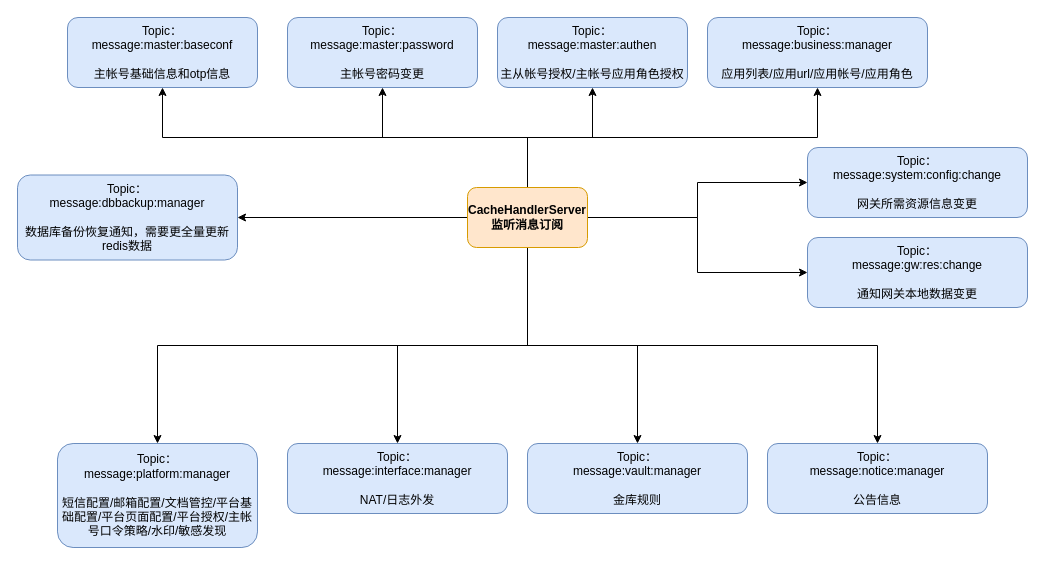
Before: page "消息订阅列表" (4 of 18) of cachehandlersystem_消息订阅.drawio in DeanYang121/typora_images, a draw.io diagram. Source tidied: cells renumbered, new cells numbered last; positions are measured from the earlier drawing's top-left corner, leaving out a move shared by most shapes. Both pictures are drawn from the tidied source at 100%, with x=0, y=0 at pixel (17, 17).
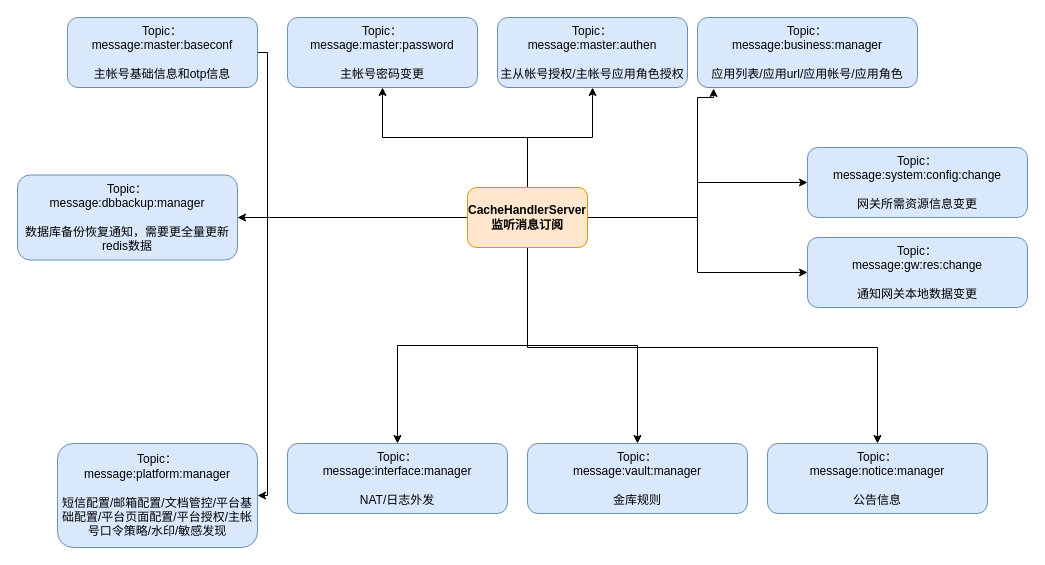
The same page after the edit.

The change refers to these unchanged cells:
```xml
<mxCell id="13" value="&lt;span&gt;CacheHandlerServer&lt;br&gt;监听消息订阅&lt;/span&gt;" style="rounded=1;whiteSpace=wrap;html=1;fillColor=#ffe6cc;strokeColor=#d79b00;fontStyle=1;" parent="1" vertex="1">
  <mxGeometry x="450" y="170" width="120" height="60" as="geometry" />
</mxCell>
<mxCell id="14" value="&lt;span&gt;Topic：&lt;/span&gt;&lt;br&gt;&lt;span&gt;message:platform:manager&lt;/span&gt;&lt;br&gt;&lt;br&gt;&lt;span&gt;短信配置/邮箱配置/文档管控/平台基础配置/平台页面配置/平台授权/主帐号口令策略/水印/敏感发现&lt;/span&gt;" style="rounded=1;whiteSpace=wrap;html=1;fillColor=#dae8fc;strokeColor=#6c8ebf;fontStyle=0;" parent="1" vertex="1">
  <mxGeometry x="40" y="426" width="200" height="104" as="geometry" />
</mxCell>
<mxCell id="15" value="&lt;span&gt;Topic：&lt;br&gt;message:master:baseconf&lt;/span&gt;&lt;br&gt;&lt;br&gt;&lt;span&gt;主帐号基础信息和otp信息&lt;/span&gt;" style="rounded=1;whiteSpace=wrap;html=1;fillColor=#dae8fc;strokeColor=#6c8ebf;fontStyle=0;" parent="1" vertex="1">
  <mxGeometry x="50" width="190" height="70" as="geometry" />
</mxCell>
<mxCell id="21" value="&lt;span&gt;Topic：&lt;/span&gt;&lt;br&gt;&lt;span&gt;message:notice:manager&lt;/span&gt;&lt;br&gt;&lt;br&gt;&lt;span&gt;公告信息&lt;/span&gt;" style="rounded=1;whiteSpace=wrap;html=1;fillColor=#dae8fc;strokeColor=#6c8ebf;fontStyle=0;" parent="1" vertex="1">
  <mxGeometry x="750" y="426" width="220" height="70" as="geometry" />
</mxCell>
```

What changed in the source:
```diff
@@
-    <mxCell id="4" style="edgeStyle=orthogonalEdgeStyle;rounded=0;jettySize=auto;html=1;exitX=0.5;exitY=0;exitDx=0;exitDy=0;fontStyle=0;" parent="1" edge="1" source="13" target="17">
-      <mxGeometry relative="1" as="geometry" />
+    <mxCell id="4" style="edgeStyle=orthogonalEdgeStyle;rounded=0;jettySize=auto;html=1;exitX=0.5;exitY=0;exitDx=0;exitDy=0;fontStyle=0;entryX=0.073;entryY=1.014;entryDx=0;entryDy=0;entryPerimeter=0;" parent="1" edge="1" source="13" target="17">
+      <mxGeometry relative="1" as="geometry">
+        <Array as="points">
+          <mxPoint x="680" y="200" />
+          <mxPoint x="680" y="80" />
+          <mxPoint x="696" y="80" />
+        </Array>
+      </mxGeometry>
     </mxCell>
     <mxCell id="5" style="edgeStyle=orthogonalEdgeStyle;rounded=0;jettySize=auto;html=1;exitX=0.5;exitY=0;exitDx=0;exitDy=0;entryX=0.5;entryY=1;entryDx=0;entryDy=0;fontStyle=0;" parent="1" edge="1" source="13" target="15">
-      <mxGeometry relative="1" as="geometry" />
+      <mxGeometry relative="1" as="geometry">
+        <Array as="points">
+          <mxPoint x="250" y="200" />
+          <mxPoint x="250" y="35" />
+        </Array>
+      </mxGeometry>
     </mxCell>
@@
     <mxCell id="9" style="edgeStyle=orthogonalEdgeStyle;rounded=0;jettySize=auto;html=1;exitX=0.5;exitY=1;exitDx=0;exitDy=0;fontStyle=0;" parent="1" edge="1" source="13" target="14">
-      <mxGeometry relative="1" as="geometry" />
+      <mxGeometry relative="1" as="geometry">
+        <Array as="points">
+          <mxPoint x="250" y="200" />
+          <mxPoint x="250" y="478" />
+        </Array>
+      </mxGeometry>
     </mxCell>
@@
     <mxCell id="12" style="edgeStyle=orthogonalEdgeStyle;rounded=0;jettySize=auto;html=1;exitX=0.5;exitY=1;exitDx=0;exitDy=0;fontStyle=0;" parent="1" edge="1" source="13" target="21">
-      <mxGeometry relative="1" as="geometry" />
+      <mxGeometry relative="1" as="geometry">
+        <Array as="points">
+          <mxPoint x="510" y="330" />
+          <mxPoint x="860" y="330" />
+        </Array>
+      </mxGeometry>
     </mxCell>
@@
     <mxCell id="17" value="&lt;span&gt;Topic：&lt;/span&gt;&lt;br&gt;&lt;span&gt;message:business:manager&lt;/span&gt;&lt;br&gt;&lt;br&gt;&lt;span&gt;应用列表/应用url/应用帐号/应用角色&lt;/span&gt;" style="rounded=1;whiteSpace=wrap;html=1;fillColor=#dae8fc;strokeColor=#6c8ebf;fontStyle=0;" parent="1" vertex="1">
-      <mxGeometry x="690" width="220" height="70" as="geometry" />
+      <mxGeometry x="680" width="220" height="70" as="geometry" />
     </mxCell>
```
